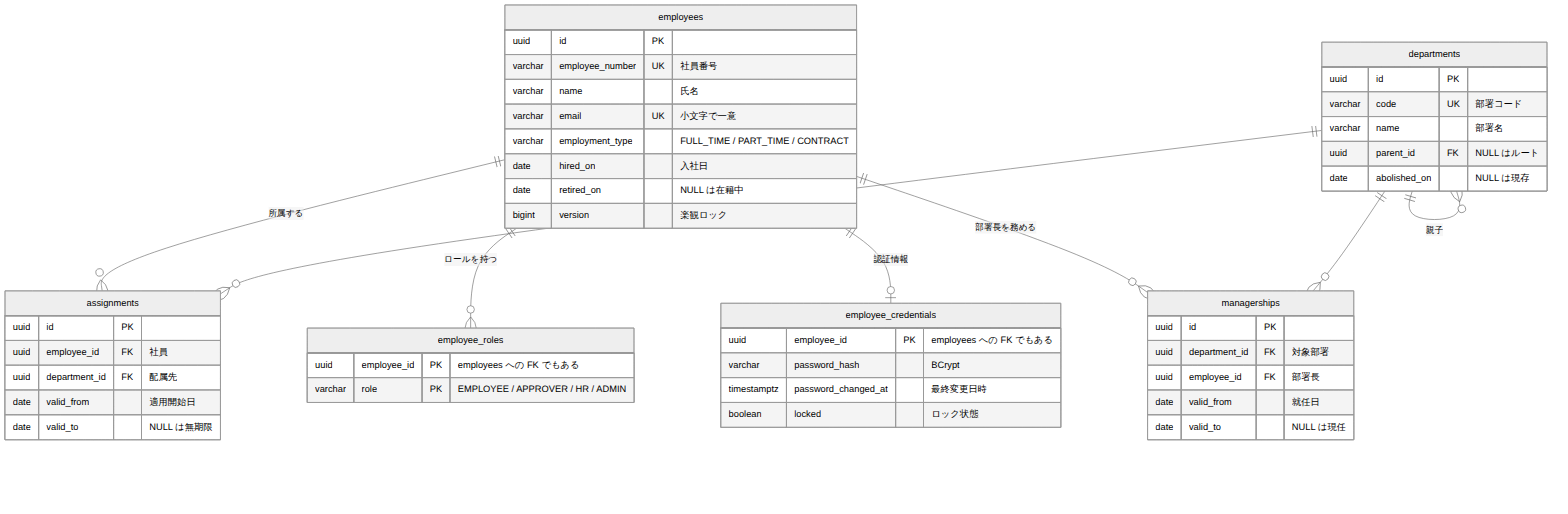
This is doc/02_詳細設計/01_社員・組織/images/ER図.png from masaki-i02/newJavaProject, a Mermaid export, as it was before one commit. Its source is kept beside it as doc/02_詳細設計/01_社員・組織/diagrams/ER図.mmd.
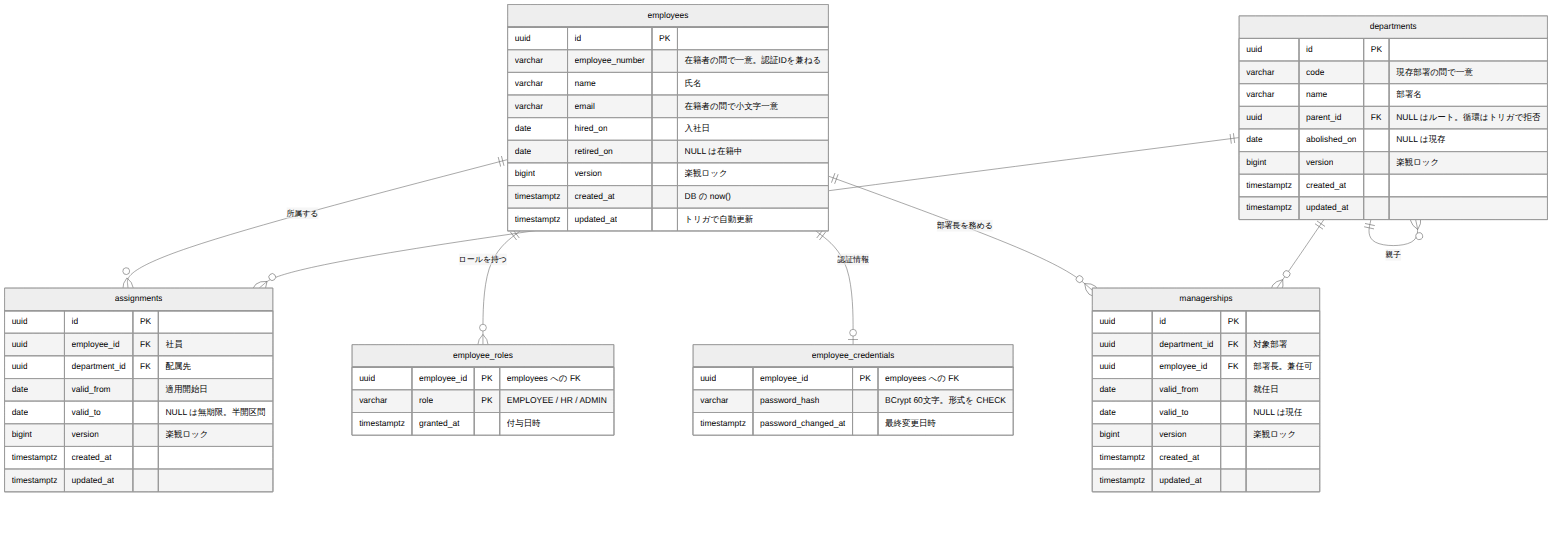
The same file after the commit.

The edit, as a diff of the source:
```diff
@@ -9,42 +9,52 @@
 
     employees {
         uuid id PK
-        varchar employee_number UK "社員番号"
+        varchar employee_number "在籍者の間で一意。認証IDを兼ねる"
         varchar name "氏名"
-        varchar email UK "小文字で一意"
-        varchar employment_type "FULL_TIME / PART_TIME / CONTRACT"
+        varchar email "在籍者の間で小文字一意"
         date hired_on "入社日"
         date retired_on "NULL は在籍中"
         bigint version "楽観ロック"
+        timestamptz created_at "DB の now()"
+        timestamptz updated_at "トリガで自動更新"
     }
     employee_credentials {
-        uuid employee_id PK "employees への FK でもある"
-        varchar password_hash "BCrypt"
+        uuid employee_id PK "employees への FK"
+        varchar password_hash "BCrypt 60文字。形式を CHECK"
         timestamptz password_changed_at "最終変更日時"
-        boolean locked "ロック状態"
     }
     employee_roles {
-        uuid employee_id PK "employees への FK でもある"
-        varchar role PK "EMPLOYEE / APPROVER / HR / ADMIN"
+        uuid employee_id PK "employees への FK"
+        varchar role PK "EMPLOYEE / HR / ADMIN"
+        timestamptz granted_at "付与日時"
     }
     departments {
         uuid id PK
-        varchar code UK "部署コード"
+        varchar code "現存部署の間で一意"
         varchar name "部署名"
-        uuid parent_id FK "NULL はルート"
+        uuid parent_id FK "NULL はルート。循環はトリガで拒否"
         date abolished_on "NULL は現存"
+        bigint version "楽観ロック"
+        timestamptz created_at ""
+        timestamptz updated_at ""
     }
     assignments {
         uuid id PK
         uuid employee_id FK "社員"
         uuid department_id FK "配属先"
         date valid_from "適用開始日"
-        date valid_to "NULL は無期限"
+        date valid_to "NULL は無期限。半開区間"
+        bigint version "楽観ロック"
+        timestamptz created_at ""
+        timestamptz updated_at ""
     }
     managerships {
         uuid id PK
         uuid department_id FK "対象部署"
-        uuid employee_id FK "部署長"
+        uuid employee_id FK "部署長。兼任可"
         date valid_from "就任日"
         date valid_to "NULL は現任"
+        bigint version "楽観ロック"
+        timestamptz created_at ""
+        timestamptz updated_at ""
     }
```
